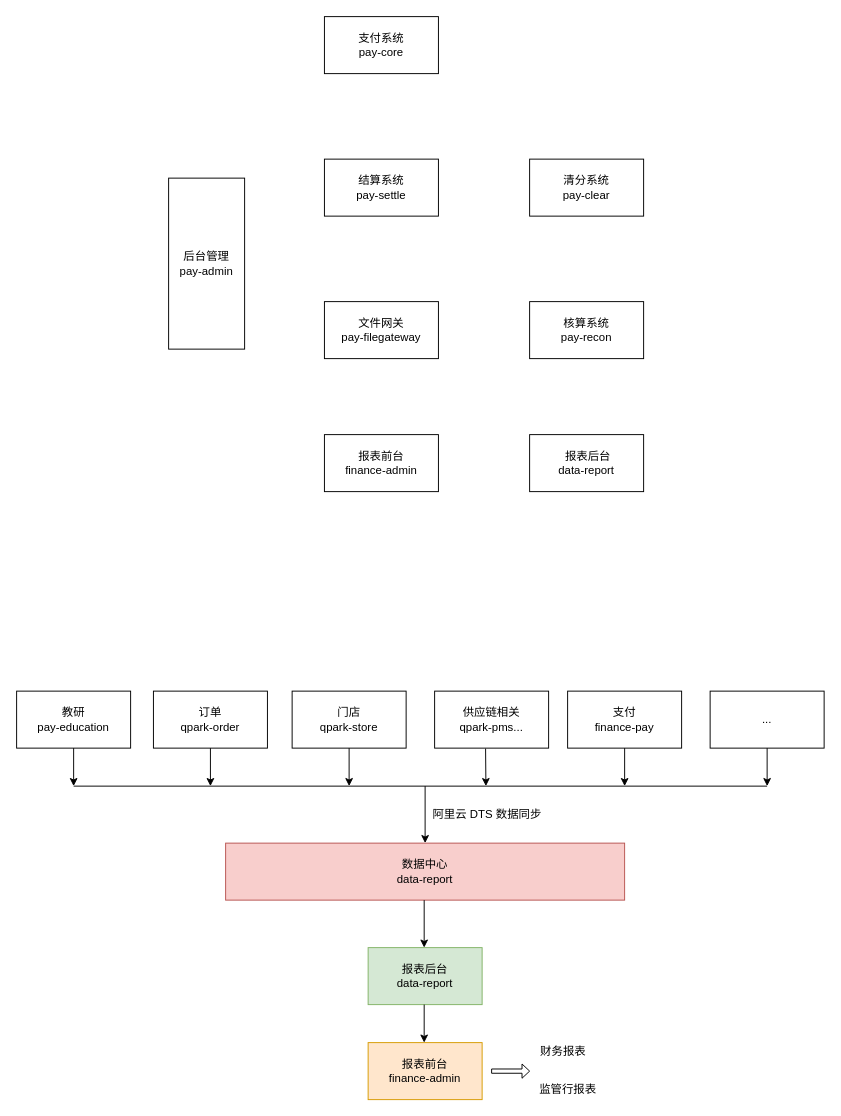
The draw.io diagram com.ygq/frame/财务核算.drawio in ythawed/diagrams, before the edit. Source tidied: cells renumbered, new cells numbered last; positions are measured from the earlier drawing's top-left corner, leaving out a move shared by most shapes. Both pictures are drawn from the tidied source at 95%, with x=0, y=0 at pixel (16, 16).
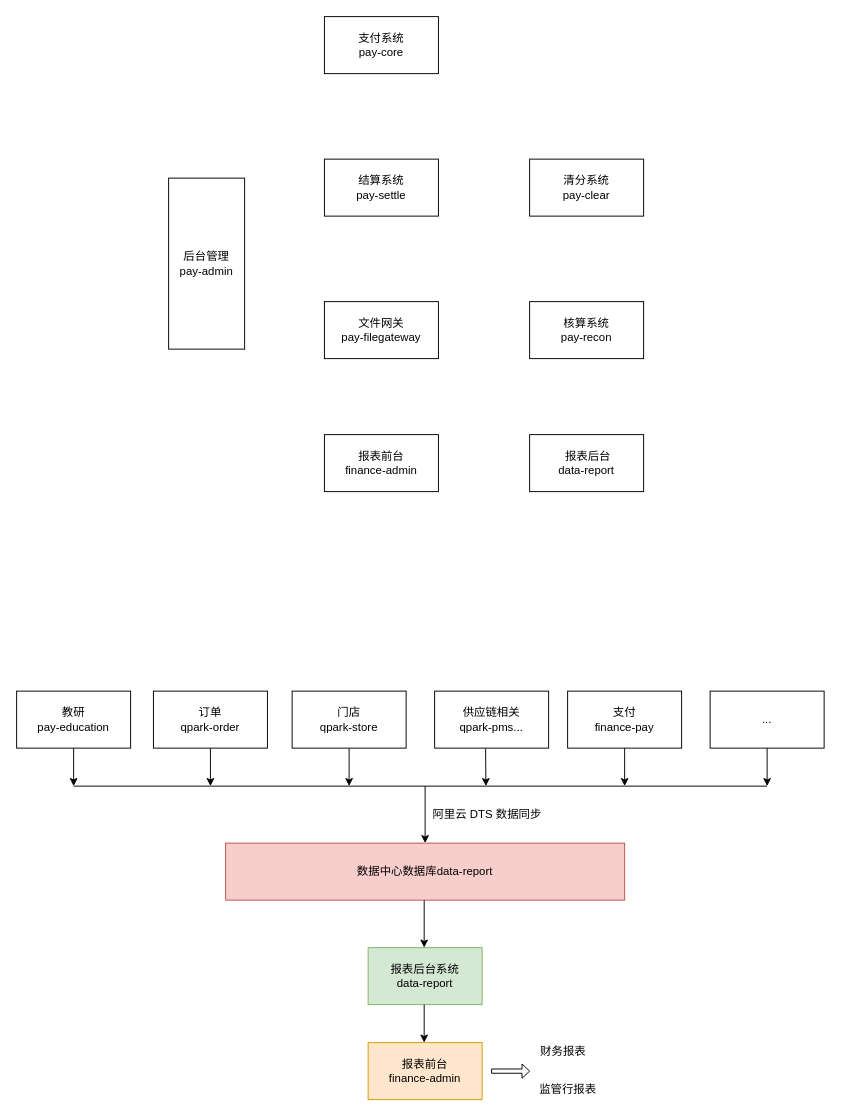
The same diagram, later.

The edit, as a diff of the source:
```diff
@@
-    <mxCell id="16" value="数据中心&lt;br&gt;data-report" style="rounded=0;whiteSpace=wrap;html=1;fillColor=#f8cecc;strokeColor=#b85450;" parent="1" vertex="1">
+    <mxCell id="16" value="数据中心数据库data-report" style="rounded=0;whiteSpace=wrap;html=1;fillColor=#f8cecc;strokeColor=#b85450;" parent="1" vertex="1">
       <mxGeometry x="220" y="870" width="420" height="60" as="geometry" />
     </mxCell>
@@
-    <mxCell id="26" value="报表后台&lt;br&gt;data-report" style="rounded=0;whiteSpace=wrap;html=1;fillColor=#d5e8d4;strokeColor=#82b366;" parent="1" vertex="1">
+    <mxCell id="26" value="报表后台系统&lt;br&gt;data-report" style="rounded=0;whiteSpace=wrap;html=1;fillColor=#d5e8d4;strokeColor=#82b366;" parent="1" vertex="1">
       <mxGeometry x="370" y="980" width="120" height="60" as="geometry" />
     </mxCell>
```
